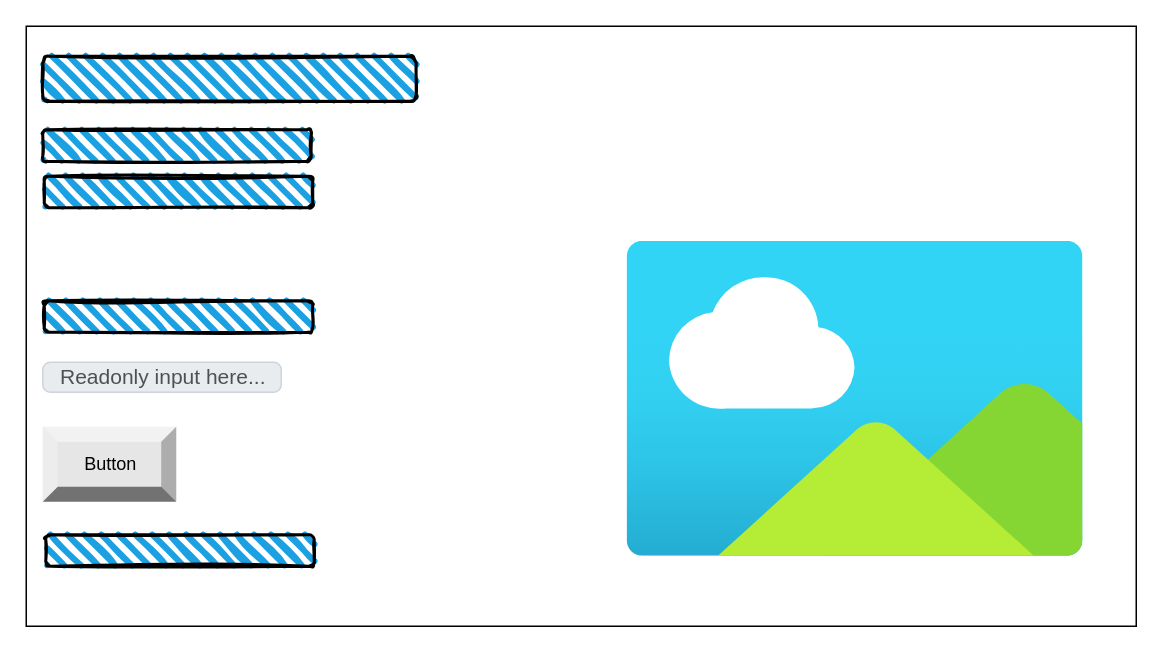
Earlier version of the draw.io diagram page "Page-2" (2 of 2) of design/story-board.drawio (ekaterina-chernykh/ICS20-Unit-5-05). Source tidied: cells renumbered, new cells numbered last; positions are measured from the earlier drawing's top-left corner, leaving out a move shared by most shapes. Both pictures are drawn from the tidied source at 150%, with x=0, y=0 at pixel (26, 26).
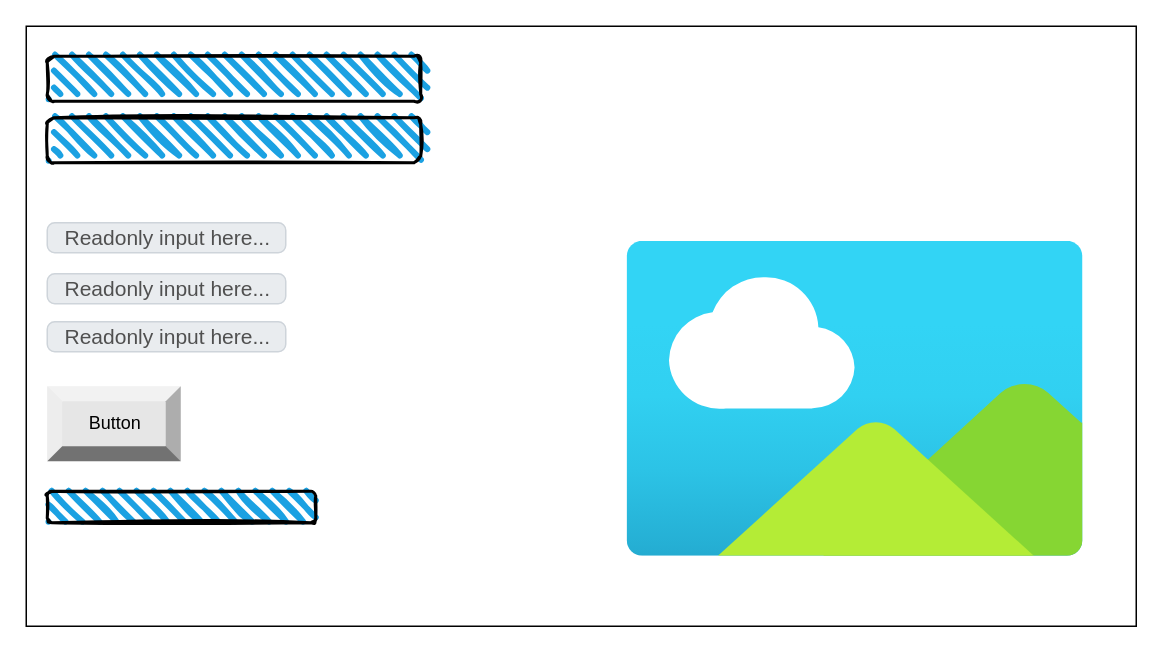
The same diagram, later.

The edit, as a diff of the source:
```diff
@@
 <mxGraphModel>
   <root>
     <mxCell id="0" />
     <mxCell id="1" parent="0" />
     <mxCell id="2" style="rounded=0;whiteSpace=wrap;html=1;" parent="1" vertex="1">
       <mxGeometry width="740" height="400" as="geometry" />
     </mxCell>
-    <mxCell id="3" style="rounded=1;whiteSpace=wrap;html=1;strokeWidth=2;fillWeight=4;hachureGap=8;hachureAngle=45;fillColor=#1ba1e2;sketch=1;" parent="1" vertex="1">
-      <mxGeometry x="11" y="20" width="249" height="30" as="geometry" />
-    </mxCell>
-    <mxCell id="4" style="rounded=1;whiteSpace=wrap;html=1;strokeWidth=2;fillWeight=4;hachureGap=8;hachureAngle=45;fillColor=#1ba1e2;sketch=1;" parent="1" vertex="1">
-      <mxGeometry x="12" y="100" width="179" height="21" as="geometry" />
-    </mxCell>
-    <mxCell id="5" style="rounded=1;whiteSpace=wrap;html=1;strokeWidth=2;fillWeight=4;hachureGap=8;hachureAngle=45;fillColor=#1ba1e2;sketch=1;" parent="1" vertex="1">
-      <mxGeometry x="11" y="69" width="179" height="21" as="geometry" />
-    </mxCell>
-    <mxCell id="6" style="rounded=1;whiteSpace=wrap;html=1;strokeWidth=2;fillWeight=4;hachureGap=8;hachureAngle=45;fillColor=#1ba1e2;sketch=1;" parent="1" vertex="1">
-      <mxGeometry x="12" y="183" width="179" height="21" as="geometry" />
-    </mxCell>
-    <mxCell id="7" value="Readonly input here..." style="html=1;shadow=0;dashed=0;shape=mxgraph.bootstrap.rrect;rSize=5;strokeColor=#CED4DA;strokeWidth=1;fillColor=#E9ECEF;fontColor=#505050;whiteSpace=wrap;align=left;verticalAlign=middle;spacingLeft=10;fontSize=14;" parent="1" vertex="1">
-      <mxGeometry x="11" y="224" width="159" height="20" as="geometry" />
-    </mxCell>
-    <mxCell id="8" value="Button" style="labelPosition=center;verticalLabelPosition=middle;align=center;html=1;shape=mxgraph.basic.shaded_button;dx=10;fillColor=#E6E6E6;strokeColor=none;" parent="1" vertex="1">
-      <mxGeometry x="11" y="267" width="89" height="50" as="geometry" />
-    </mxCell>
     <mxCell id="9" style="html=1;align=center;image;fontSize=12;image=img/lib/azure2/general/Image.svg;fillColor=#BA6D07;" parent="1" vertex="1">
       <mxGeometry x="400" y="143.5" width="305.4" height="210" as="geometry" />
     </mxCell>
     <mxCell id="10" style="rounded=1;whiteSpace=wrap;html=1;strokeWidth=2;fillWeight=4;hachureGap=8;hachureAngle=45;fillColor=#1ba1e2;sketch=1;" parent="1" vertex="1">
-      <mxGeometry x="13" y="339" width="179" height="21" as="geometry" />
+      <mxGeometry x="14" y="310" width="179" height="21" as="geometry" />
     </mxCell>
+    <mxCell id="11" style="rounded=1;whiteSpace=wrap;html=1;strokeWidth=2;fillWeight=4;hachureGap=8;hachureAngle=45;fillColor=#1ba1e2;sketch=1;" parent="1" vertex="1">
+      <mxGeometry x="14" y="20" width="249" height="30" as="geometry" />
+    </mxCell>
+    <mxCell id="12" value="Readonly input here..." style="html=1;shadow=0;dashed=0;shape=mxgraph.bootstrap.rrect;rSize=5;strokeColor=#CED4DA;strokeWidth=1;fillColor=#E9ECEF;fontColor=#505050;whiteSpace=wrap;align=left;verticalAlign=middle;spacingLeft=10;fontSize=14;" parent="1" vertex="1">
+      <mxGeometry x="14" y="197" width="159" height="20" as="geometry" />
+    </mxCell>
+    <mxCell id="8" value="Button" style="labelPosition=center;verticalLabelPosition=middle;align=center;html=1;shape=mxgraph.basic.shaded_button;dx=10;fillColor=#E6E6E6;strokeColor=none;" parent="1" vertex="1">
+      <mxGeometry x="14" y="240" width="89" height="50" as="geometry" />
+    </mxCell>
+    <mxCell id="13" style="rounded=1;whiteSpace=wrap;html=1;strokeWidth=2;fillWeight=4;hachureGap=8;hachureAngle=45;fillColor=#1ba1e2;sketch=1;" parent="1" vertex="1">
+      <mxGeometry x="14" y="61" width="249" height="30" as="geometry" />
+    </mxCell>
+    <mxCell id="14" value="Readonly input here..." style="html=1;shadow=0;dashed=0;shape=mxgraph.bootstrap.rrect;rSize=5;strokeColor=#CED4DA;strokeWidth=1;fillColor=#E9ECEF;fontColor=#505050;whiteSpace=wrap;align=left;verticalAlign=middle;spacingLeft=10;fontSize=14;" parent="1" vertex="1">
+      <mxGeometry x="14" y="165" width="159" height="20" as="geometry" />
+    </mxCell>
+    <mxCell id="15" value="Readonly input here..." style="html=1;shadow=0;dashed=0;shape=mxgraph.bootstrap.rrect;rSize=5;strokeColor=#CED4DA;strokeWidth=1;fillColor=#E9ECEF;fontColor=#505050;whiteSpace=wrap;align=left;verticalAlign=middle;spacingLeft=10;fontSize=14;" parent="1" vertex="1">
+      <mxGeometry x="14" y="131" width="159" height="20" as="geometry" />
+    </mxCell>
   </root>
 </mxGraphModel>
```
